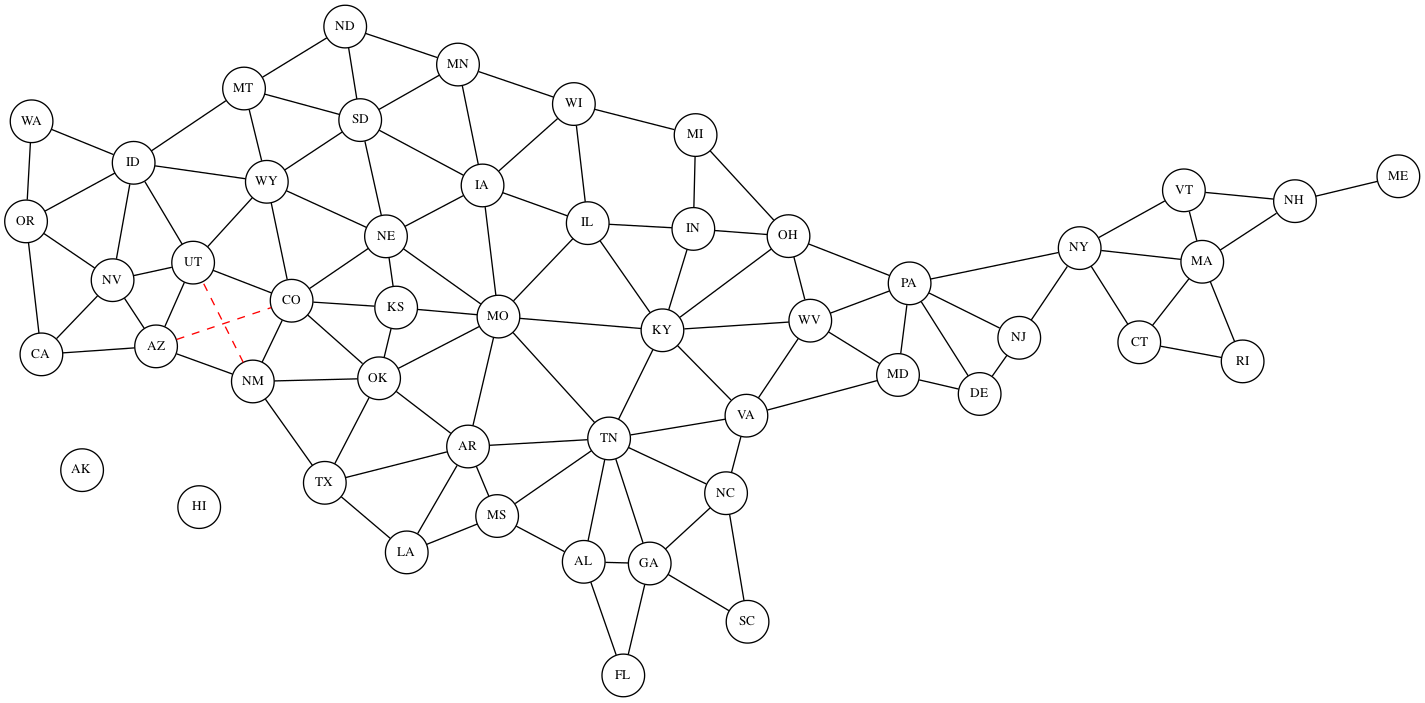
The Graphviz diagram states_springs.png in jaycoskey/DataVisualization, before a commit. Its source is kept beside it as states_springs.dot.
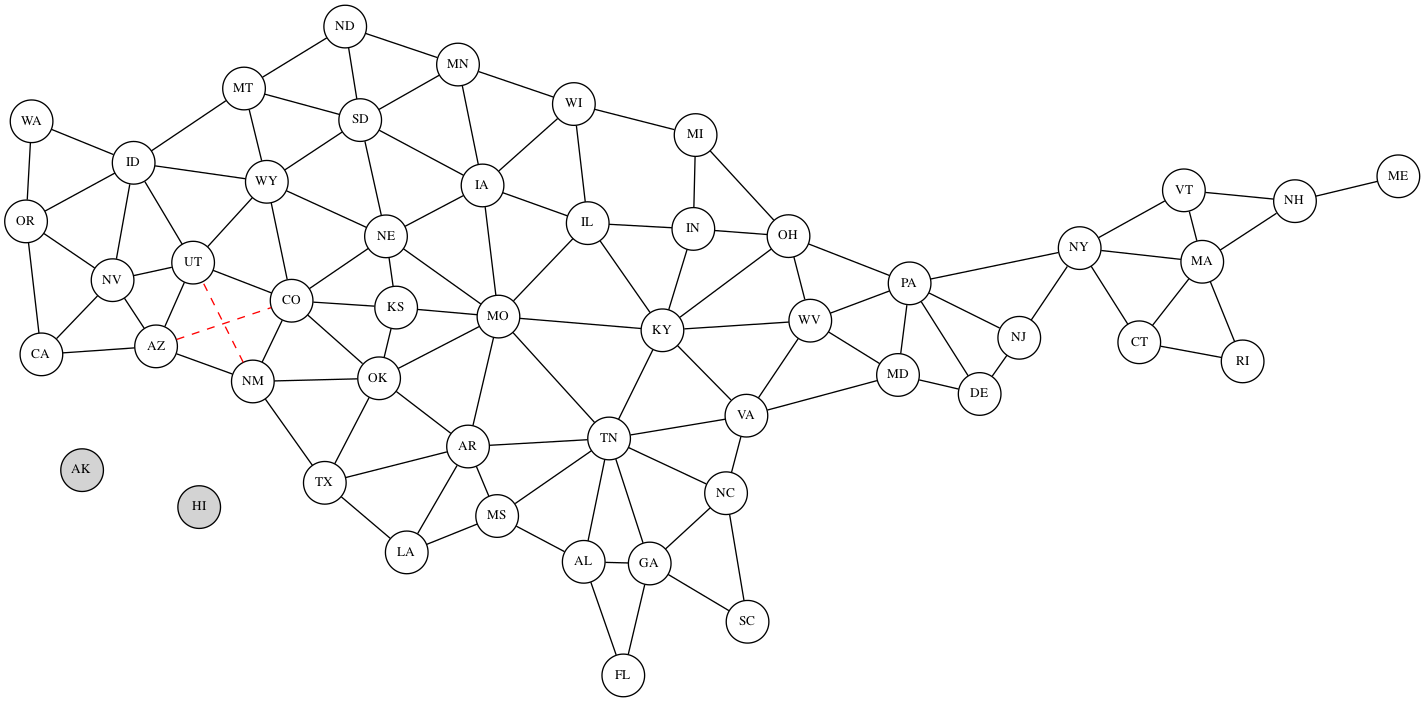
Later version of the same file.

Diff of the diagram source:
```diff
@@ -3,7 +3,7 @@
     splines=line
     node [fixedsize=true fontsize=10 height=0.45 width=0.45]
 
-    AK [pos="-119.68,31.05"]
+    AK [pos="-119.68,31.05" bgcolor=red style=filled]
     AL [pos="-86.79,32.81"]
     AR [pos="-92.37,34.97"]
     AZ [pos="-111.43,33.73"]
@@ -13,7 +13,7 @@
     DE [pos="-75.51,39.32"]
     FL [pos="-81.69,27.77"]
     GA [pos="-83.64,33.04"]
-    HI [pos="-106.25,31.05"]
+    HI [pos="-106.25,31.05" bgcolor=red style=filled]
     IA [pos="-93.21,42.01"]
     ID [pos="-114.48,44.24"]
     IL [pos="-88.99,40.35"]
```
